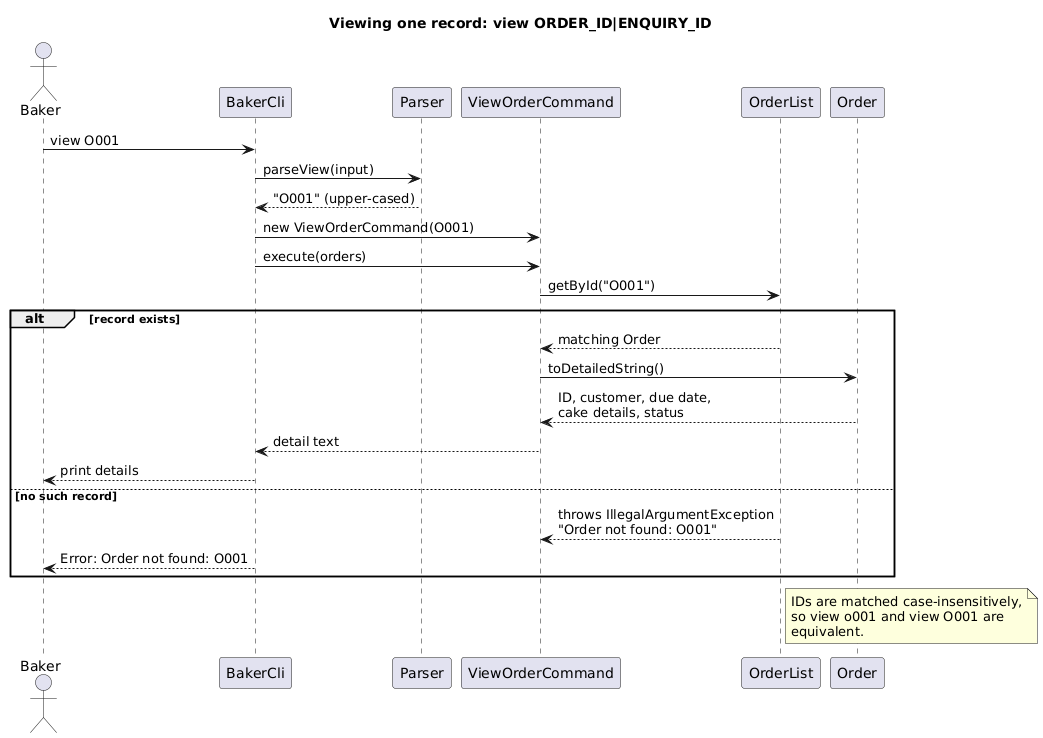
This is docs/diagrams/rendered/ViewSequenceDiagram.png from AY2627S1-CS2113-W12-1/tp, a PlantUML export, as it was before one commit.
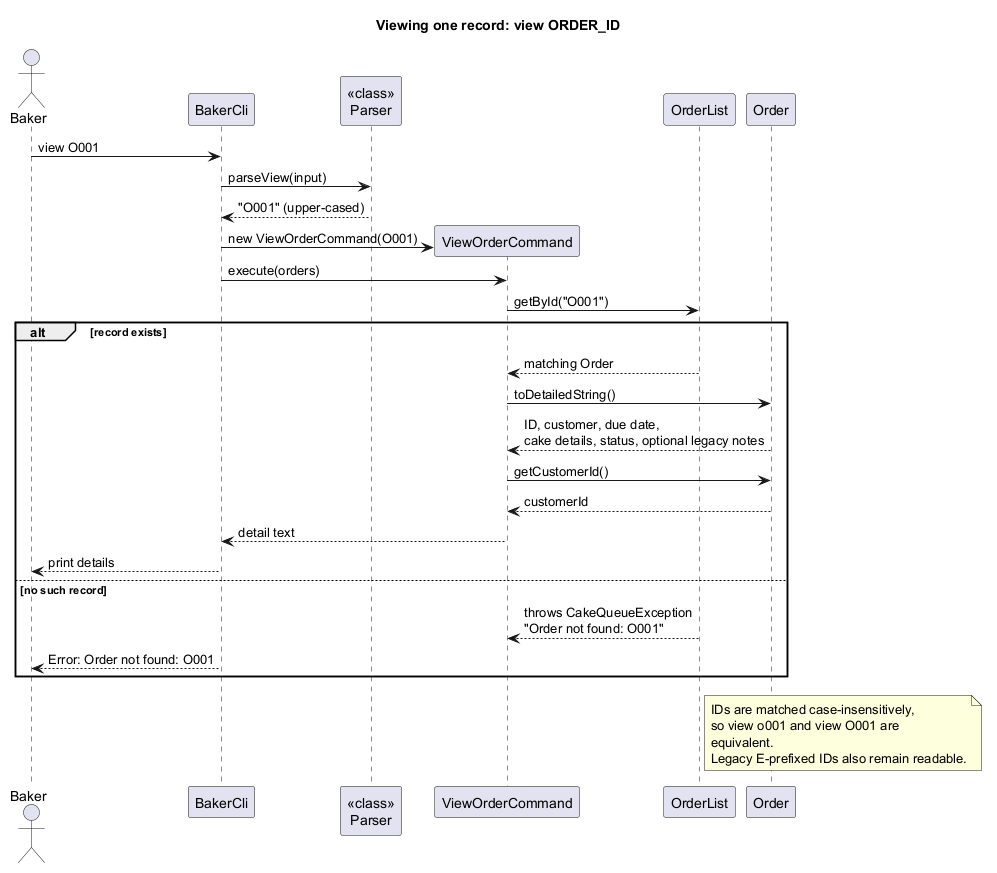
After the commit.

Change to the diagram source:
```diff
@@ -1,10 +1,10 @@
 @startuml ViewSequenceDiagram
 !pragma layout smetana
-title Viewing one record: view ORDER_ID|ENQUIRY_ID
+title Viewing one record: view ORDER_ID
 
 actor Baker
 participant "BakerCli" as Cli
-participant "Parser" as Parser
+participant "<<class>>\nParser" as Parser
 participant "ViewOrderCommand" as Cmd
 participant "OrderList" as List
 participant "Order" as Order
@@ -12,22 +12,26 @@
 Baker -> Cli : view O001
 Cli -> Parser : parseView(input)
 Parser --> Cli : "O001" (upper-cased)
+create Cmd
 Cli -> Cmd : new ViewOrderCommand(O001)
 Cli -> Cmd : execute(orders)
 Cmd -> List : getById("O001")
 alt record exists
   List --> Cmd : matching Order
   Cmd -> Order : toDetailedString()
-  Order --> Cmd : ID, customer, due date,\ncake details, status
+  Order --> Cmd : ID, customer, due date,\ncake details, status, optional legacy notes
+  Cmd -> Order : getCustomerId()
+  Order --> Cmd : customerId
   Cmd --> Cli : detail text
   Cli --> Baker : print details
 else no such record
-  List --> Cmd : throws IllegalArgumentException\n"Order not found: O001"
+  List --> Cmd : throws CakeQueueException\n"Order not found: O001"
   Cli --> Baker : Error: Order not found: O001
 end
 note right of List
   IDs are matched case-insensitively,
   so view o001 and view O001 are
   equivalent.
+  Legacy E-prefixed IDs also remain readable.
 end note
 @enduml
```
